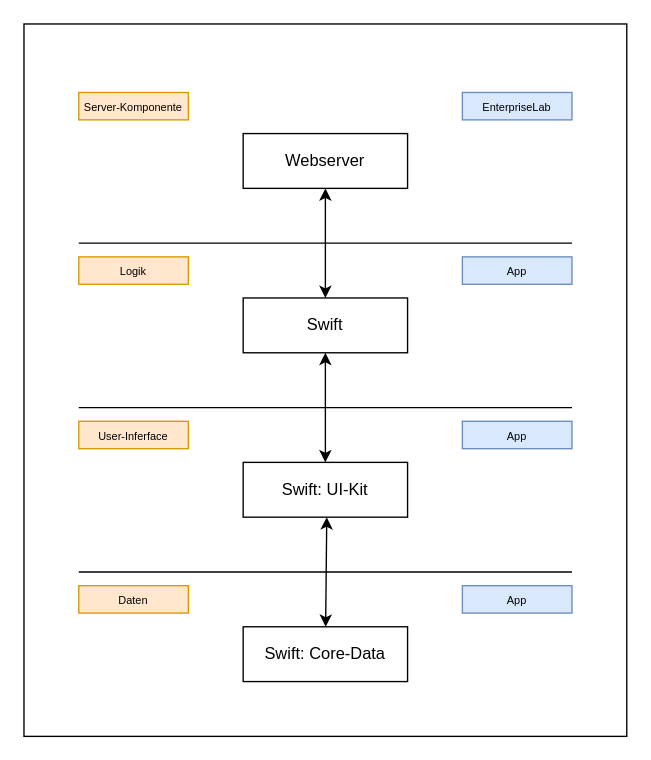
The draw.io diagram Design/FootPrint.drawio in NicoIseli/HSLU-IOS-Project, before the edit. Source tidied: cells renumbered, new cells numbered last; positions are measured from the earlier drawing's top-left corner, leaving out a move shared by most shapes. Both pictures are drawn from the tidied source at 137%, with x=0, y=0 at pixel (23, 23).
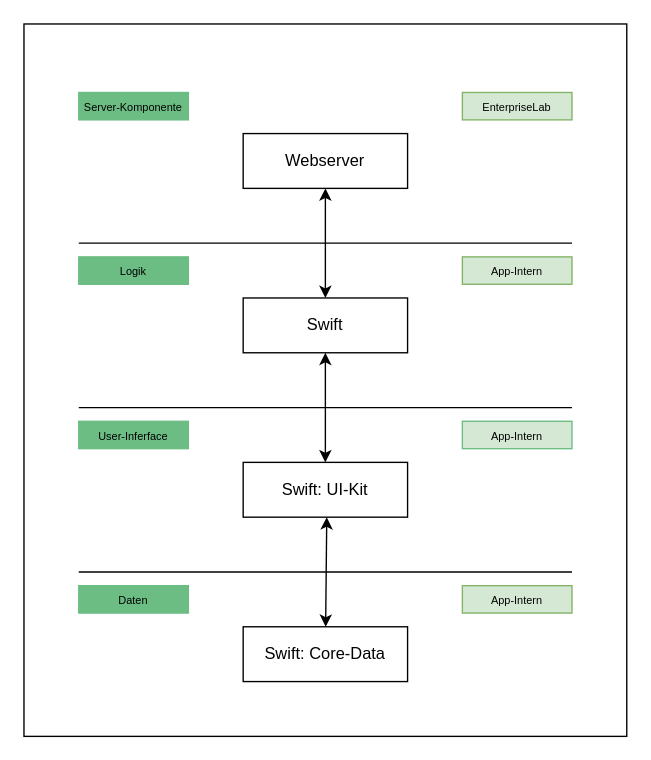
Above is the later version.

Commit message:
Adjust Architecture in drawIO

What changed in the source:
```diff
@@
-    <mxCell id="4" value="&lt;font style=&quot;font-size: 8px&quot;&gt;EnterpriseLab&lt;/font&gt;" style="rounded=0;whiteSpace=wrap;html=1;fillColor=#dae8fc;strokeColor=#6c8ebf;" parent="1" vertex="1">
+    <mxCell id="4" value="&lt;font style=&quot;font-size: 8px&quot;&gt;EnterpriseLab&lt;/font&gt;" style="rounded=0;whiteSpace=wrap;html=1;fillColor=#d5e8d4;strokeColor=#82b366;" parent="1" vertex="1">
       <mxGeometry x="320" y="50" width="80" height="20" as="geometry" />
     </mxCell>
@@
-    <mxCell id="7" value="&lt;font style=&quot;font-size: 8px&quot;&gt;Server-Komponente&lt;/font&gt;" style="rounded=0;whiteSpace=wrap;html=1;fillColor=#ffe6cc;strokeColor=#d79b00;" parent="1" vertex="1">
+    <mxCell id="7" value="&lt;font style=&quot;font-size: 8px&quot;&gt;Server-Komponente&lt;/font&gt;" style="rounded=0;whiteSpace=wrap;html=1;fillColor=#6CBD84;strokeColor=#6CBD84;" parent="1" vertex="1">
       <mxGeometry x="40" y="50" width="80" height="20" as="geometry" />
     </mxCell>
-    <mxCell id="8" value="&lt;font style=&quot;font-size: 8px&quot;&gt;App&lt;/font&gt;" style="rounded=0;whiteSpace=wrap;html=1;fillColor=#dae8fc;strokeColor=#6c8ebf;" parent="1" vertex="1">
+    <mxCell id="8" value="&lt;font style=&quot;font-size: 8px&quot;&gt;App-Intern&lt;/font&gt;" style="rounded=0;whiteSpace=wrap;html=1;fillColor=#d5e8d4;strokeColor=#82b366;" parent="1" vertex="1">
       <mxGeometry x="320" y="170" width="80" height="20" as="geometry" />
     </mxCell>
@@
-    <mxCell id="10" value="&lt;font style=&quot;font-size: 8px&quot;&gt;App&lt;/font&gt;" style="rounded=0;whiteSpace=wrap;html=1;fillColor=#dae8fc;strokeColor=#6c8ebf;" parent="1" vertex="1">
+    <mxCell id="10" value="&lt;font style=&quot;font-size: 8px&quot;&gt;App-Intern&lt;/font&gt;" style="rounded=0;whiteSpace=wrap;html=1;fillColor=#d5e8d4;strokeColor=#6CBD84;" parent="1" vertex="1">
       <mxGeometry x="320" y="290" width="80" height="20" as="geometry" />
     </mxCell>
@@
-    <mxCell id="12" value="&lt;font style=&quot;font-size: 8px&quot;&gt;Logik&lt;/font&gt;" style="rounded=0;whiteSpace=wrap;html=1;fillColor=#ffe6cc;strokeColor=#d79b00;" parent="1" vertex="1">
+    <mxCell id="12" value="&lt;font style=&quot;font-size: 8px&quot;&gt;Logik&lt;/font&gt;" style="rounded=0;whiteSpace=wrap;html=1;fillColor=#6CBD84;strokeColor=#6CBD84;" parent="1" vertex="1">
       <mxGeometry x="40" y="170" width="80" height="20" as="geometry" />
     </mxCell>
-    <mxCell id="13" value="&lt;font style=&quot;font-size: 8px&quot;&gt;Daten&lt;/font&gt;" style="rounded=0;whiteSpace=wrap;html=1;fillColor=#ffe6cc;strokeColor=#d79b00;" parent="1" vertex="1">
+    <mxCell id="13" value="&lt;font style=&quot;font-size: 8px&quot;&gt;Daten&lt;/font&gt;" style="rounded=0;whiteSpace=wrap;html=1;fillColor=#6CBD84;strokeColor=#6CBD84;" parent="1" vertex="1">
       <mxGeometry x="40" y="410" width="80" height="20" as="geometry" />
     </mxCell>
@@
-    <mxCell id="15" value="&lt;font style=&quot;font-size: 8px&quot;&gt;User-Inferface&lt;/font&gt;" style="rounded=0;whiteSpace=wrap;html=1;fillColor=#ffe6cc;strokeColor=#d79b00;" parent="1" vertex="1">
+    <mxCell id="15" value="&lt;font style=&quot;font-size: 8px&quot;&gt;User-Inferface&lt;/font&gt;" style="rounded=0;whiteSpace=wrap;html=1;fillColor=#6CBD84;strokeColor=#6CBD84;" parent="1" vertex="1">
       <mxGeometry x="40" y="290" width="80" height="20" as="geometry" />
     </mxCell>
@@
-    <mxCell id="17" value="&lt;font style=&quot;font-size: 8px&quot;&gt;App&lt;/font&gt;" style="rounded=0;whiteSpace=wrap;html=1;fillColor=#dae8fc;strokeColor=#6c8ebf;" parent="1" vertex="1">
+    <mxCell id="17" value="&lt;font style=&quot;font-size: 8px&quot;&gt;App-Intern&lt;/font&gt;" style="rounded=0;whiteSpace=wrap;html=1;fillColor=#d5e8d4;strokeColor=#82b366;" parent="1" vertex="1">
       <mxGeometry x="320" y="410" width="80" height="20" as="geometry" />
     </mxCell>
```
